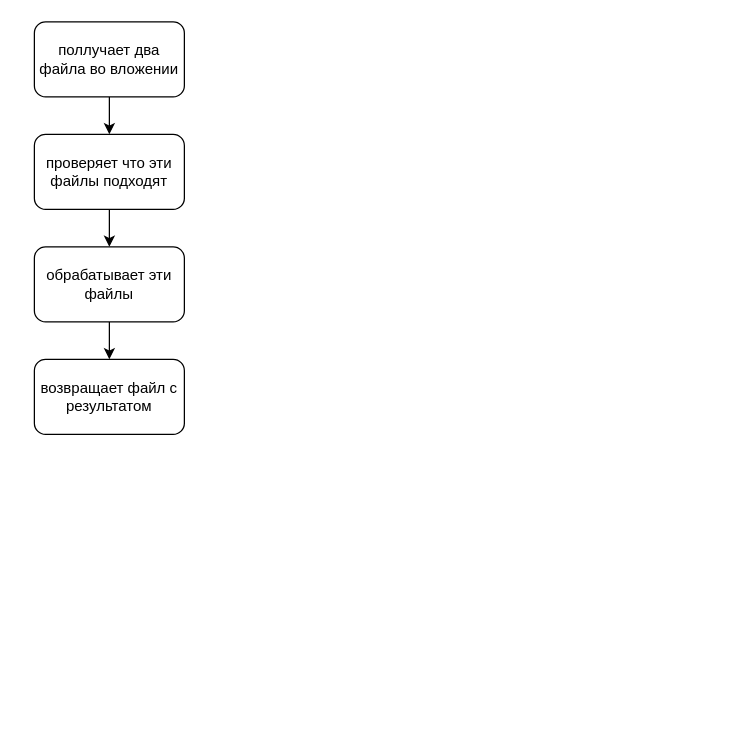
The draw.io diagram schema_work_bot.drawio in gusevskiy/RPA_check_documents, before the edit. Source tidied: cells renumbered, new cells numbered last; positions are measured from the earlier drawing's top-left corner, leaving out a move shared by most shapes. Both pictures are drawn from the tidied source at 125%, with x=0, y=0 at pixel (34, 21).
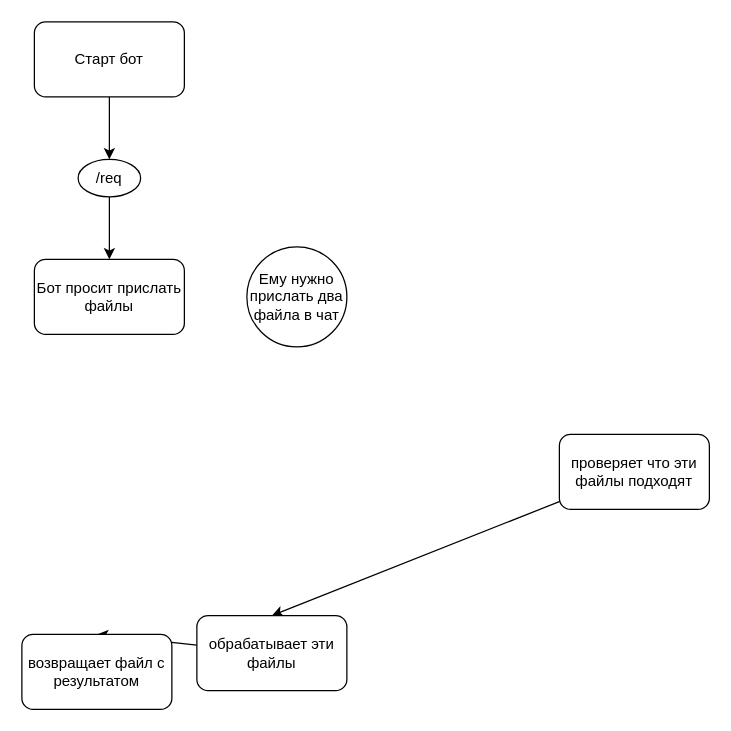
Above is the later version.

Change to the diagram source:
```diff
@@
 <mxGraphModel>
   <root>
     <mxCell id="0" />
     <mxCell id="1" parent="0" />
-    <mxCell id="2" style="edgeStyle=none;html=1;entryX=0.5;entryY=0;entryDx=0;entryDy=0;" parent="1" edge="1" source="3" target="5">
+    <mxCell id="2" style="edgeStyle=none;html=1;entryX=0.5;entryY=0;entryDx=0;entryDy=0;" parent="1" edge="1" source="3" target="10">
       <mxGeometry relative="1" as="geometry" />
     </mxCell>
-    <mxCell id="3" value="поллучает два файла во вложении" style="rounded=1;whiteSpace=wrap;html=1;" parent="1" vertex="1">
+    <mxCell id="3" value="Старт бот" style="rounded=1;whiteSpace=wrap;html=1;" parent="1" vertex="1">
       <mxGeometry width="120" height="60" as="geometry" />
     </mxCell>
     <mxCell id="4" style="edgeStyle=none;html=1;entryX=0.5;entryY=0;entryDx=0;entryDy=0;" parent="1" edge="1" source="5" target="7">
       <mxGeometry relative="1" as="geometry" />
     </mxCell>
     <mxCell id="5" value="проверяет что эти файлы подходят" style="rounded=1;whiteSpace=wrap;html=1;" parent="1" vertex="1">
-      <mxGeometry y="90" width="120" height="60" as="geometry" />
+      <mxGeometry x="420" y="330" width="120" height="60" as="geometry" />
     </mxCell>
     <mxCell id="6" style="edgeStyle=none;html=1;entryX=0.5;entryY=0;entryDx=0;entryDy=0;" parent="1" edge="1" source="7" target="8">
       <mxGeometry relative="1" as="geometry" />
     </mxCell>
     <mxCell id="7" value="обрабатывает эти файлы" style="rounded=1;whiteSpace=wrap;html=1;" parent="1" vertex="1">
-      <mxGeometry y="180" width="120" height="60" as="geometry" />
+      <mxGeometry x="130" y="475" width="120" height="60" as="geometry" />
     </mxCell>
     <mxCell id="8" value="возвращает файл с результатом" style="rounded=1;whiteSpace=wrap;html=1;" parent="1" vertex="1">
-      <mxGeometry y="270" width="120" height="60" as="geometry" />
+      <mxGeometry x="-10" y="490" width="120" height="60" as="geometry" />
     </mxCell>
+    <mxCell id="9" style="edgeStyle=orthogonalEdgeStyle;rounded=0;jettySize=auto;html=1;" parent="1" edge="1" source="10" target="11">
+      <mxGeometry relative="1" as="geometry" />
+    </mxCell>
+    <mxCell id="10" value="/req" style="ellipse;whiteSpace=wrap;html=1;" parent="1" vertex="1">
+      <mxGeometry x="35" y="110" width="50" height="30" as="geometry" />
+    </mxCell>
+    <mxCell id="11" value="Бот просит прислать файлы" style="rounded=1;whiteSpace=wrap;html=1;" parent="1" vertex="1">
+      <mxGeometry y="190" width="120" height="60" as="geometry" />
+    </mxCell>
+    <mxCell id="12" value="Ему нужно прислать два файла в чат" style="ellipse;whiteSpace=wrap;html=1;" parent="1" vertex="1">
+      <mxGeometry x="170" y="180" width="80" height="80" as="geometry" />
+    </mxCell>
   </root>
 </mxGraphModel>
```
